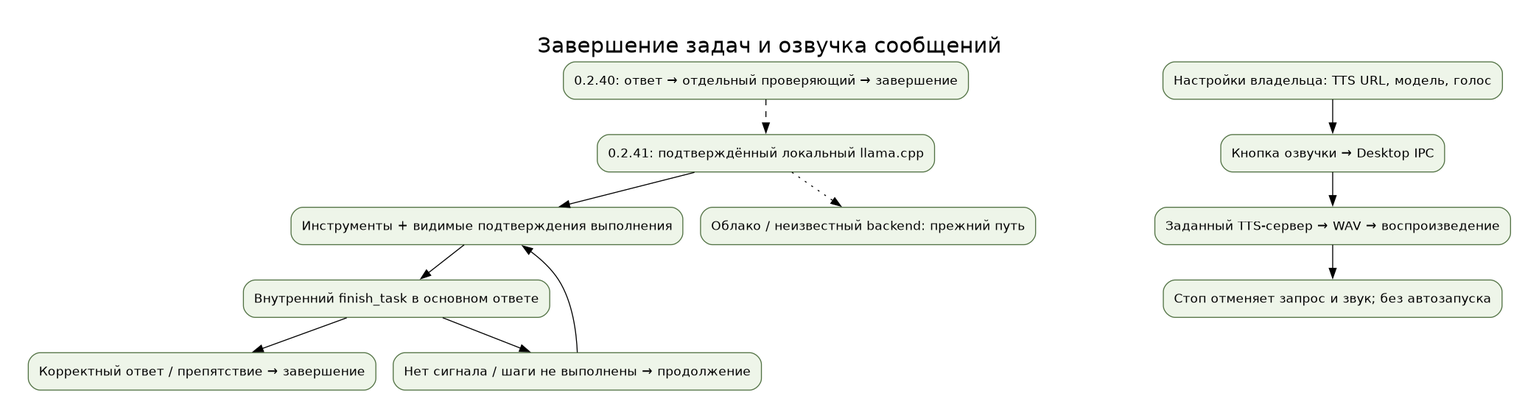
Before: docs/architecture/finish-tts-ru.png, a diagram exported from Graphviz (Endorpheen/Igorek-Harness). Its source is kept beside it as docs/architecture/finish-tts-ru.dot. Its diagram source:
```dot
digraph release {
graph [rankdir=TB,bgcolor="white",pad="0.4",fontname="DejaVu Sans",labelloc=t,fontsize=22,label="Завершение задач и озвучка сообщений"];
node [shape=box,style="rounded,filled",fillcolor="#eef5e9",color="#527244",fontname="DejaVu Sans",fontsize=13,margin="0.15"];
n0 [label="0.2.40: ответ → отдельный проверяющий → завершение"];
n1 [label="0.2.41: подтверждённый локальный llama.cpp"];
n2 [label="Инструменты + видимые подтверждения выполнения"];
n3 [label="Внутренний finish_task в основном ответе"];
n4 [label="Корректный ответ / препятствие → завершение"];
n5 [label="Нет сигнала / шаги не выполнены → продолжение"];
n6 [label="Облако / неизвестный backend: прежний путь"];
n7 [label="Настройки владельца: TTS URL, модель, голос"];
n8 [label="Кнопка озвучки → Desktop IPC"];
n9 [label="Заданный TTS-сервер → WAV → воспроизведение"];
n10 [label="Стоп отменяет запрос и звук; без автозапуска"];
n0->n1 [style=dashed]; n1->n2; n2->n3; n3->n4; n3->n5; n5->n2; n1->n6 [style=dotted]; n7->n8; n8->n9; n9->n10;
}
```
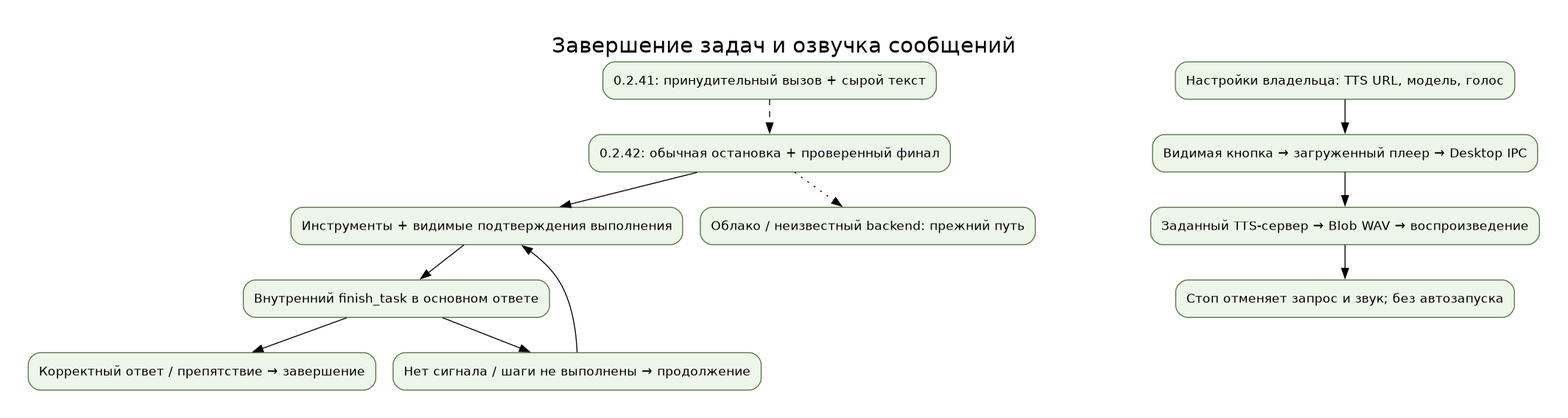
The same diagram one commit later.

The edit, as a diff of the source:
```diff
@@ -1,16 +1,16 @@
 digraph release {
 graph [rankdir=TB,bgcolor="white",pad="0.4",fontname="DejaVu Sans",labelloc=t,fontsize=22,label="Завершение задач и озвучка сообщений"];
 node [shape=box,style="rounded,filled",fillcolor="#eef5e9",color="#527244",fontname="DejaVu Sans",fontsize=13,margin="0.15"];
-n0 [label="0.2.40: ответ → отдельный проверяющий → завершение"];
-n1 [label="0.2.41: подтверждённый локальный llama.cpp"];
+n0 [label="0.2.41: принудительный вызов + сырой текст"];
+n1 [label="0.2.42: обычная остановка + проверенный финал"];
 n2 [label="Инструменты + видимые подтверждения выполнения"];
 n3 [label="Внутренний finish_task в основном ответе"];
 n4 [label="Корректный ответ / препятствие → завершение"];
 n5 [label="Нет сигнала / шаги не выполнены → продолжение"];
 n6 [label="Облако / неизвестный backend: прежний путь"];
 n7 [label="Настройки владельца: TTS URL, модель, голос"];
-n8 [label="Кнопка озвучки → Desktop IPC"];
-n9 [label="Заданный TTS-сервер → WAV → воспроизведение"];
+n8 [label="Видимая кнопка → загруженный плеер → Desktop IPC"];
+n9 [label="Заданный TTS-сервер → Blob WAV → воспроизведение"];
 n10 [label="Стоп отменяет запрос и звук; без автозапуска"];
 n0->n1 [style=dashed]; n1->n2; n2->n3; n3->n4; n3->n5; n5->n2; n1->n6 [style=dotted]; n7->n8; n8->n9; n9->n10;
 }
```
